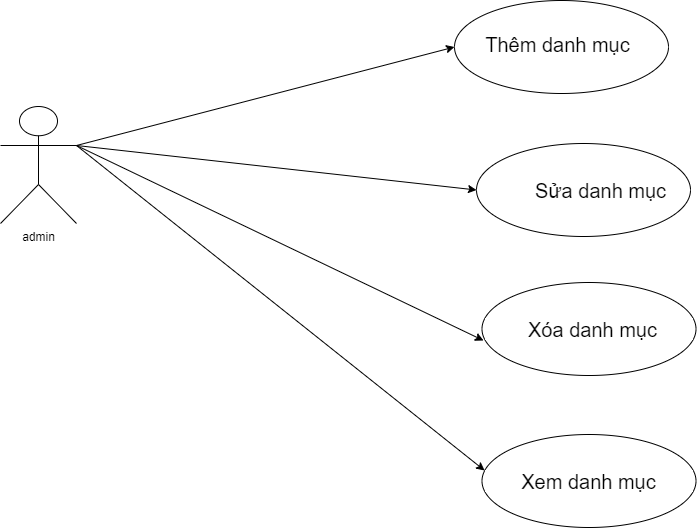
Before: 3drawio.png, a diagram exported from draw.io (dungvu242k3/JAVA). Source tidied: cells renumbered, new cells last; positions are measured from the earlier drawing's top-left corner, leaving out a move shared by most shapes. Its diagram source:
```xml
<mxGraphModel>
  <root>
    <mxCell id="0" />
    <mxCell id="1" parent="0" />
    <mxCell id="2" value="admin" style="shape=umlActor;verticalLabelPosition=bottom;verticalAlign=top;html=1;outlineConnect=0;" parent="1" vertex="1">
      <mxGeometry y="106" width="76" height="117" as="geometry" />
    </mxCell>
    <mxCell id="3" style="endArrow=classic;html=1;rounded=0;exitX=1;exitY=0.3333333333333333;exitDx=0;exitDy=0;exitPerimeter=0;entryX=0;entryY=0.5;entryDx=0;entryDy=0;" parent="1" edge="1" source="2" target="4">
      <mxGeometry relative="1" as="geometry" />
    </mxCell>
    <mxCell id="4" style="ellipse;whiteSpace=wrap;html=1;" parent="1" vertex="1">
      <mxGeometry x="454" width="214" height="93" as="geometry" />
    </mxCell>
    <mxCell id="5" style="endArrow=classic;html=1;rounded=0;entryX=0;entryY=0.5;entryDx=0;entryDy=0;exitX=1;exitY=0.3333333333333333;exitDx=0;exitDy=0;exitPerimeter=0;" parent="1" edge="1" source="2" target="9">
      <mxGeometry relative="1" as="geometry" />
    </mxCell>
    <mxCell id="6" style="endArrow=classic;html=1;rounded=0;exitX=1;exitY=0.3333333333333333;exitDx=0;exitDy=0;exitPerimeter=0;entryX=0.007;entryY=0.624;entryDx=0;entryDy=0;entryPerimeter=0;" parent="1" edge="1" source="2" target="10">
      <mxGeometry relative="1" as="geometry" />
    </mxCell>
    <mxCell id="7" style="endArrow=classic;html=1;rounded=0;entryX=0.012;entryY=0.387;entryDx=0;entryDy=0;entryPerimeter=0;exitX=1;exitY=0.3333333333333333;exitDx=0;exitDy=0;exitPerimeter=0;" parent="1" edge="1" source="2" target="11">
      <mxGeometry relative="1" as="geometry" />
    </mxCell>
    <mxCell id="8" value="&lt;font style=&quot;font-size: 20px;&quot;&gt;Thêm danh mục&lt;/font&gt;" style="text;html=1;align=center;verticalAlign=middle;whiteSpace=wrap;rounded=0;" parent="1" vertex="1">
      <mxGeometry x="462" y="13" width="191" height="61" as="geometry" />
    </mxCell>
    <mxCell id="9" style="ellipse;whiteSpace=wrap;html=1;" parent="1" vertex="1">
      <mxGeometry x="476" y="143" width="214" height="93" as="geometry" />
    </mxCell>
    <mxCell id="10" style="ellipse;whiteSpace=wrap;html=1;" parent="1" vertex="1">
      <mxGeometry x="481.5" y="282" width="214" height="93" as="geometry" />
    </mxCell>
    <mxCell id="11" style="ellipse;whiteSpace=wrap;html=1;" parent="1" vertex="1">
      <mxGeometry x="481.5" y="434" width="214" height="93" as="geometry" />
    </mxCell>
    <mxCell id="12" value="&lt;span style=&quot;font-size: 20px;&quot;&gt;Sửa danh mục&lt;/span&gt;" style="text;html=1;align=center;verticalAlign=middle;whiteSpace=wrap;rounded=0;" parent="1" vertex="1">
      <mxGeometry x="504.5" y="159" width="191" height="61" as="geometry" />
    </mxCell>
    <mxCell id="13" value="&lt;font style=&quot;font-size: 20px;&quot;&gt;Xóa danh mục&lt;/font&gt;" style="text;html=1;align=center;verticalAlign=middle;whiteSpace=wrap;rounded=0;" parent="1" vertex="1">
      <mxGeometry x="497" y="298" width="191" height="61" as="geometry" />
    </mxCell>
    <mxCell id="14" value="&lt;font style=&quot;font-size: 20px;&quot;&gt;Xem danh mục&lt;/font&gt;" style="text;html=1;align=center;verticalAlign=middle;whiteSpace=wrap;rounded=0;" parent="1" vertex="1">
      <mxGeometry x="493" y="450" width="191" height="61" as="geometry" />
    </mxCell>
  </root>
</mxGraphModel>
```
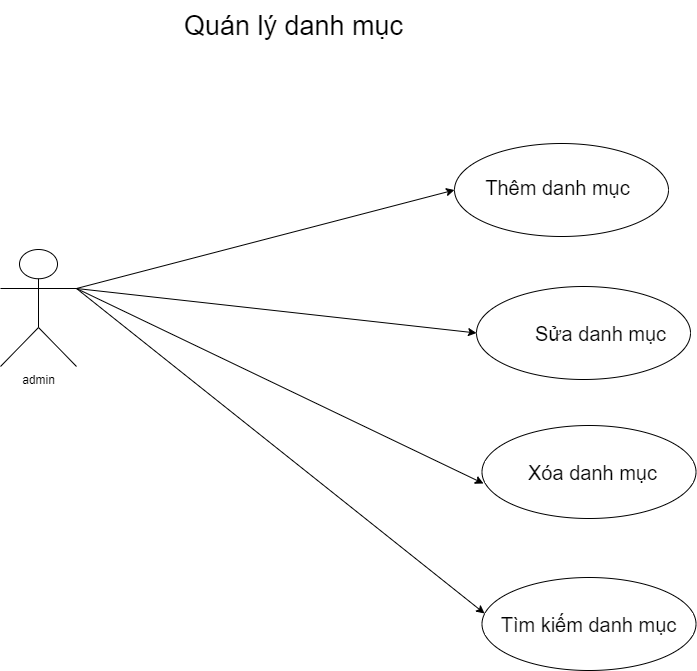
Above is the later version.

Commit message:
Cập nhật 3drawio.png

Diff of the diagram source:
```diff
@@ -38,8 +38,11 @@
     <mxCell id="13" value="&lt;font style=&quot;font-size: 20px;&quot;&gt;Xóa danh mục&lt;/font&gt;" style="text;html=1;align=center;verticalAlign=middle;whiteSpace=wrap;rounded=0;" parent="1" vertex="1">
       <mxGeometry x="497" y="298" width="191" height="61" as="geometry" />
     </mxCell>
-    <mxCell id="14" value="&lt;font style=&quot;font-size: 20px;&quot;&gt;Xem danh mục&lt;/font&gt;" style="text;html=1;align=center;verticalAlign=middle;whiteSpace=wrap;rounded=0;" parent="1" vertex="1">
+    <mxCell id="14" value="&lt;font style=&quot;font-size: 20px;&quot;&gt;Tìm kiếm danh mục&lt;/font&gt;" style="text;html=1;align=center;verticalAlign=middle;whiteSpace=wrap;rounded=0;" parent="1" vertex="1">
       <mxGeometry x="493" y="450" width="191" height="61" as="geometry" />
     </mxCell>
+    <mxCell id="15" value="&lt;font style=&quot;font-size: 27px;&quot;&gt;Quán lý danh mục&lt;/font&gt;" style="text;html=1;align=center;verticalAlign=middle;whiteSpace=wrap;rounded=0;" parent="1" vertex="1">
+      <mxGeometry x="115" y="-143" width="357" height="52" as="geometry" />
+    </mxCell>
   </root>
 </mxGraphModel>
```
